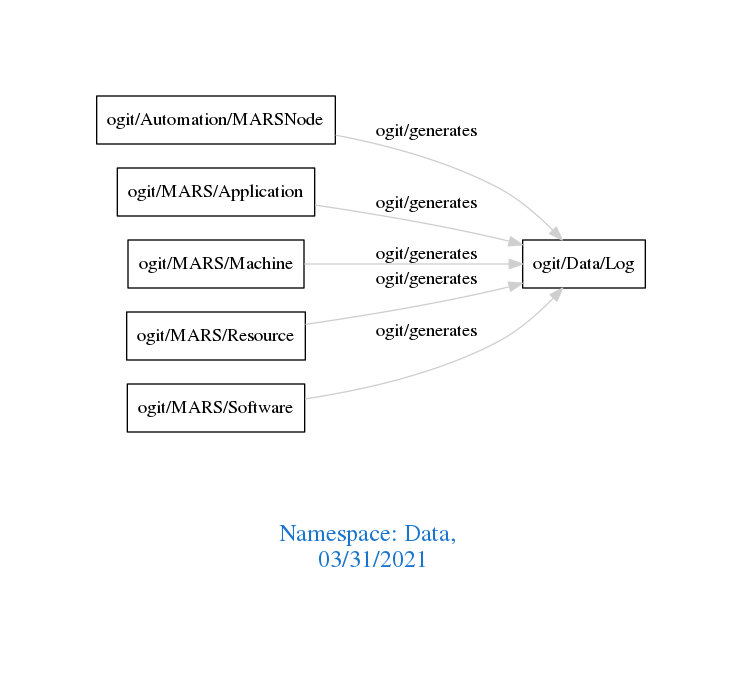
The Graphviz diagram downloads/Data.png in arago/OGIT, before a commit. Its source is kept beside it as downloads/Data.dot.
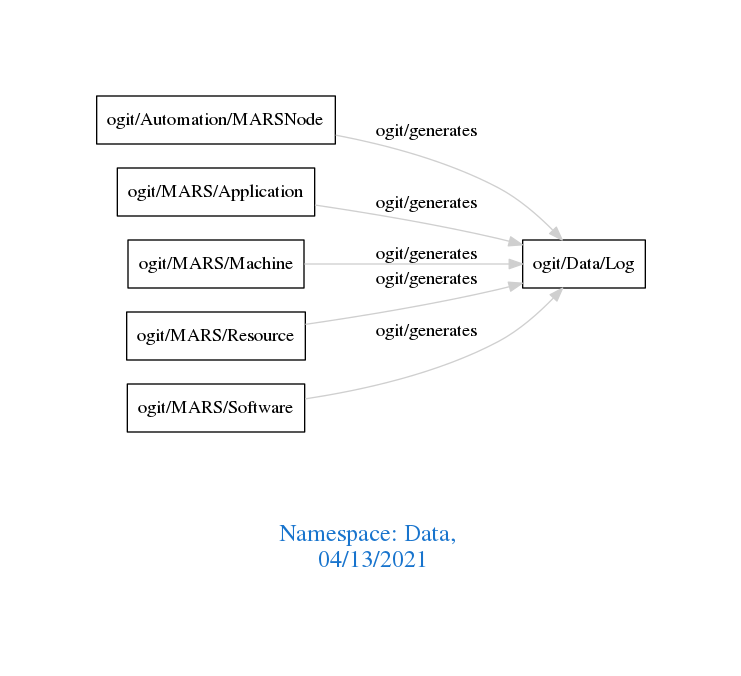
After the change.

Change to the diagram source:
```diff
@@ -1,7 +1,7 @@
 digraph OGIT_ontology {
  graph [ rankdir= LR,pad=1
 fontsize = 18,
-fontcolor= dodgerblue3,label = "\n\n\nNamespace: Data, \n 03/31/2021"];
+fontcolor= dodgerblue3,label = "\n\n\nNamespace: Data, \n 04/13/2021"];
 node[shape=polygon];
 edge [  color="gray81"];
 
```
